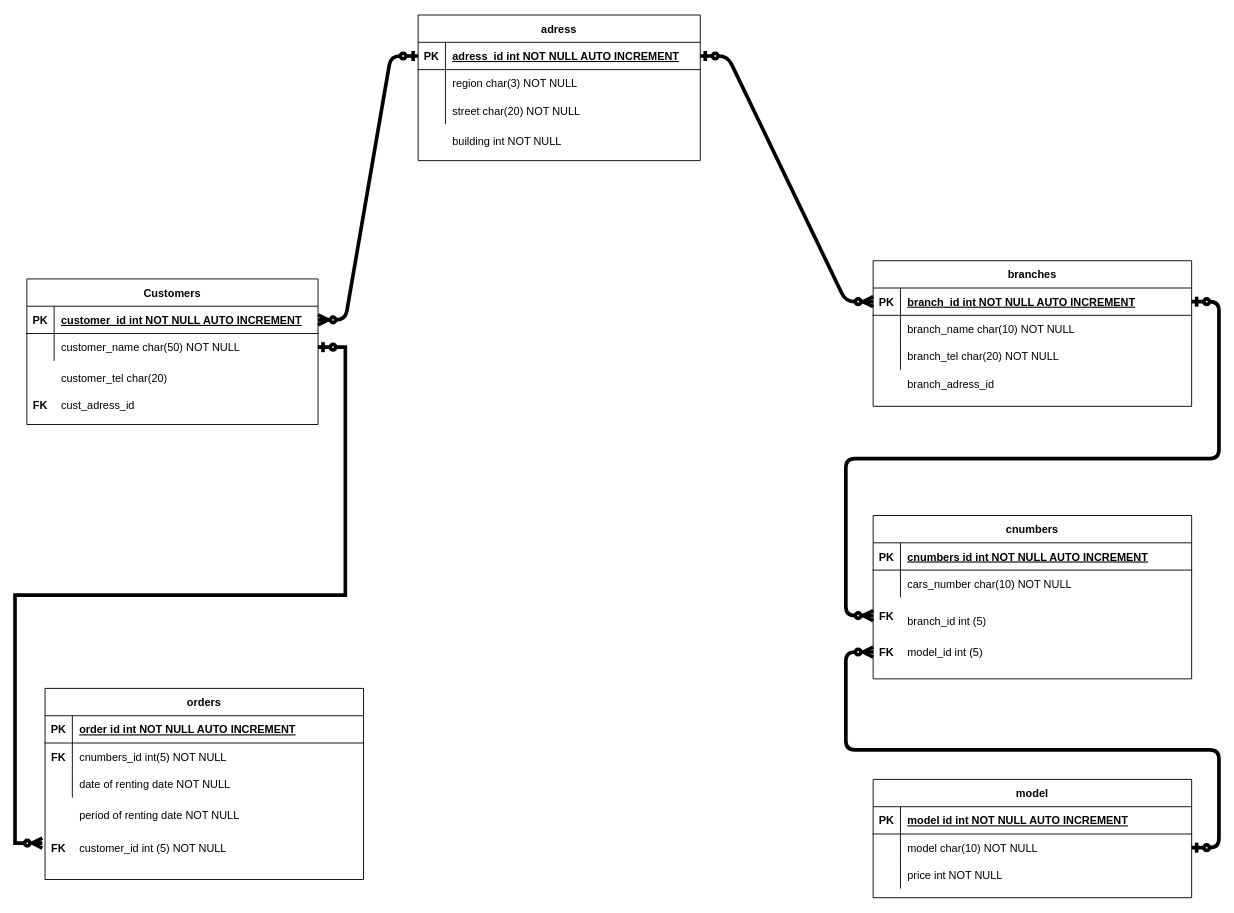
The draw.io diagram DB/proj.drawio in ho1331/python-education, before the edit. Source tidied: cells renumbered, new cells numbered last; positions are measured from the earlier drawing's top-left corner, leaving out a move shared by most shapes. Both pictures are drawn from the tidied source at 91%, with x=0, y=0 at pixel (26, 15).
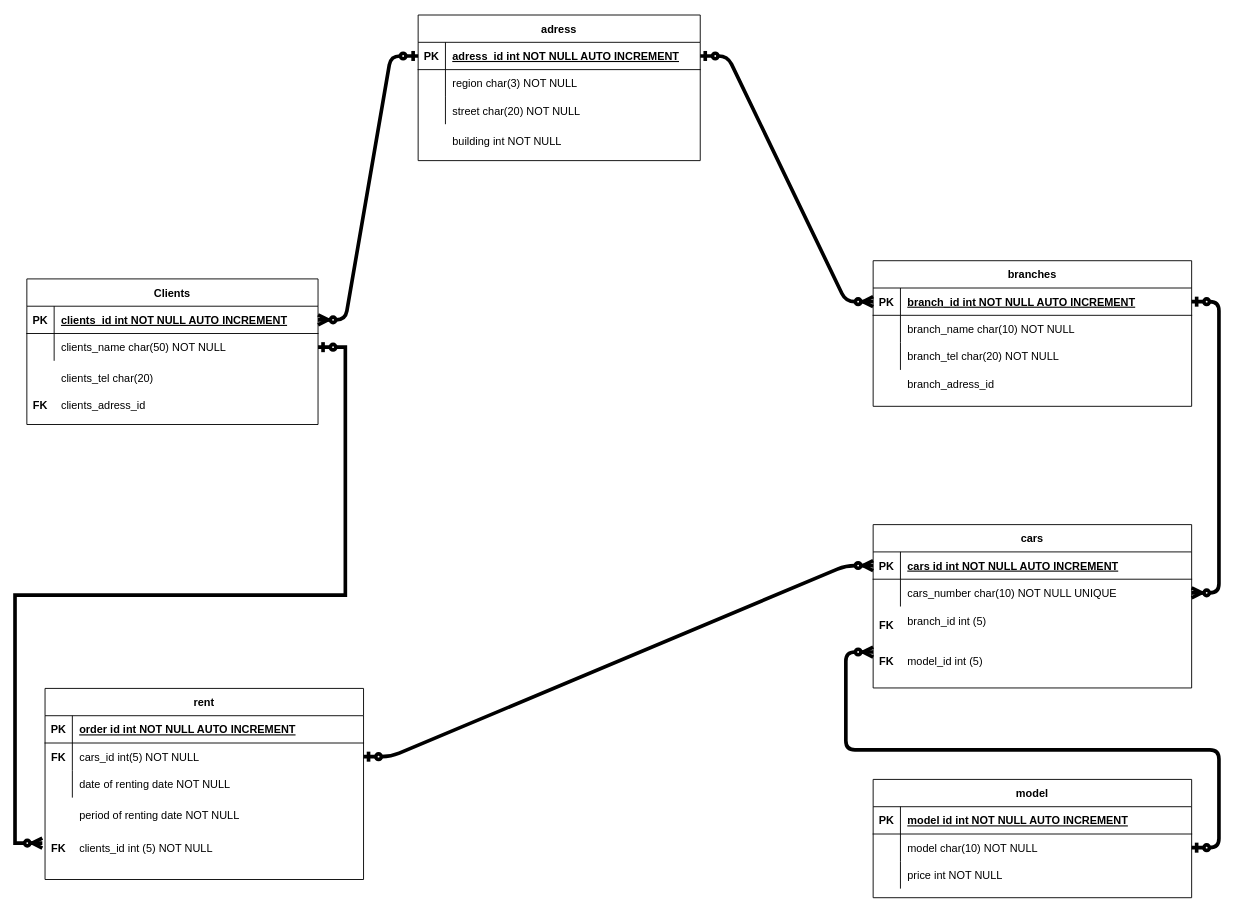
The same page after the edit.

Commit message:
Edited tables names, and relations

The change refers to these unchanged cells:
```xml
<mxCell id="3" style="shape=partialRectangle;fillColor=none;points=[[0,0.5],[1,0.5]];portConstraint=eastwest;top=0;left=0;right=0;bottom=1;" parent="2" vertex="1">
  <mxGeometry y="30" width="350" height="30" as="geometry" />
</mxCell>
<mxCell id="12" style="group;" parent="1" vertex="1">
  <mxGeometry y="290" width="320" height="160" as="geometry" />
</mxCell>
<mxCell id="14" style="shape=partialRectangle;fillColor=none;points=[[0,0.5],[1,0.5]];portConstraint=eastwest;top=0;left=0;right=0;bottom=1;" parent="13" vertex="1">
  <mxGeometry y="30" width="320" height="30" as="geometry" />
</mxCell>
<mxCell id="17" style="shape=partialRectangle;fillColor=none;points=[[0,0.5],[1,0.5]];portConstraint=eastwest;top=0;left=0;right=0;bottom=0;" parent="13" vertex="1">
  <mxGeometry y="60" width="320" height="30" as="geometry" />
</mxCell>
<mxCell id="20" style="shape=partialRectangle;fillColor=none;top=0;left=0;right=0;bottom=0;" parent="12" vertex="1">
  <mxGeometry y="90" width="320" height="36.9" as="geometry" />
</mxCell>
<mxCell id="23" style="shape=partialRectangle;fillColor=none;top=0;left=0;right=0;bottom=0;" parent="12" vertex="1">
  <mxGeometry y="120" width="320" height="36.9" as="geometry" />
</mxCell>
<mxCell id="52" style="group;" parent="51" vertex="1">
  <mxGeometry width="350" height="179.5" as="geometry" />
</mxCell>
<mxCell id="54" style="shape=partialRectangle;fillColor=none;points=[[0,0.5],[1,0.5]];portConstraint=eastwest;top=0;left=0;right=0;bottom=1;" parent="53" vertex="1">
  <mxGeometry y="30" width="350" height="30" as="geometry" />
</mxCell>
<mxCell id="57" style="shape=partialRectangle;fillColor=none;points=[[0,0.5],[1,0.5]];portConstraint=eastwest;top=0;left=0;right=0;bottom=0;" parent="53" vertex="1">
  <mxGeometry y="60" width="350" height="30" as="geometry" />
</mxCell>
<mxCell id="63" style="group;" parent="1" vertex="1">
  <mxGeometry x="20" y="740" width="350" height="210" as="geometry" />
</mxCell>
<mxCell id="68" style="shape=partialRectangle;fillColor=none;points=[[0,0.5],[1,0.5]];portConstraint=eastwest;top=0;left=0;right=0;bottom=0;" parent="64" vertex="1">
  <mxGeometry y="60" width="350" height="30" as="geometry" />
</mxCell>
```

What changed in the source:
```diff
@@
-    <mxCell id="13" value="Customers" style="shape=table;startSize=30;childLayout=tableLayout;rowLines=0;fontStyle=1;align=center;" parent="12" vertex="1">
+    <mxCell id="13" value="Clients" style="shape=table;startSize=30;childLayout=tableLayout;rowLines=0;fontStyle=1;align=center;" parent="12" vertex="1">
       <mxGeometry width="320" height="160" as="geometry" />
     </mxCell>
@@
-    <mxCell id="16" value="customer_id int NOT NULL AUTO INCREMENT" style="shape=partialRectangle;overflow=hidden;fillColor=none;top=0;left=0;bottom=0;right=0;align=left;spacingLeft=6;fontStyle=5;" parent="14" vertex="1">
+    <mxCell id="16" value="clients_id int NOT NULL AUTO INCREMENT" style="shape=partialRectangle;overflow=hidden;fillColor=none;top=0;left=0;bottom=0;right=0;align=left;spacingLeft=6;fontStyle=5;" parent="14" vertex="1">
       <mxGeometry x="30" width="290" height="30" as="geometry" />
     </mxCell>
@@
-    <mxCell id="19" value="customer_name char(50) NOT NULL" style="shape=partialRectangle;overflow=hidden;fillColor=none;top=0;left=0;bottom=0;right=0;align=left;spacingLeft=6;" parent="17" vertex="1">
+    <mxCell id="19" value="clients_name char(50) NOT NULL" style="shape=partialRectangle;overflow=hidden;fillColor=none;top=0;left=0;bottom=0;right=0;align=left;spacingLeft=6;" parent="17" vertex="1">
       <mxGeometry x="30" width="290" height="30" as="geometry" />
     </mxCell>
@@
-    <mxCell id="22" value="customer_tel char(20)" style="shape=partialRectangle;overflow=hidden;fillColor=none;top=0;left=0;bottom=0;right=0;align=left;spacingLeft=6;" parent="20" vertex="1">
+    <mxCell id="22" value="clients_tel char(20)" style="shape=partialRectangle;overflow=hidden;fillColor=none;top=0;left=0;bottom=0;right=0;align=left;spacingLeft=6;" parent="20" vertex="1">
       <mxGeometry x="30" width="290" height="36.9" as="geometry" />
     </mxCell>
@@
-    <mxCell id="25" value="cust_adress_id" style="shape=partialRectangle;overflow=hidden;fillColor=none;top=0;left=0;bottom=0;right=0;align=left;spacingLeft=6;" parent="23" vertex="1">
+    <mxCell id="25" value="clients_adress_id" style="shape=partialRectangle;overflow=hidden;fillColor=none;top=0;left=0;bottom=0;right=0;align=left;spacingLeft=6;" parent="23" vertex="1">
       <mxGeometry x="30" width="290" height="36.9" as="geometry" />
     </mxCell>
@@
     <mxCell id="50" style="group;" parent="1" vertex="1">
-      <mxGeometry x="930" y="550" width="350" height="290" as="geometry" />
+      <mxGeometry x="930" y="560" width="350" height="290" as="geometry" />
     </mxCell>
@@
-    <mxCell id="53" value="cnumbers" style="shape=table;startSize=30;childLayout=tableLayout;rowLines=0;fontStyle=1;align=center;" parent="52" vertex="1">
+    <mxCell id="53" value="cars" style="shape=table;startSize=30;childLayout=tableLayout;rowLines=0;fontStyle=1;align=center;" parent="52" vertex="1">
       <mxGeometry width="350" height="179.5" as="geometry" />
     </mxCell>
@@
-    <mxCell id="56" value="cnumbers id int NOT NULL AUTO INCREMENT" style="shape=partialRectangle;overflow=hidden;fillColor=none;top=0;left=0;bottom=0;right=0;align=left;spacingLeft=6;fontStyle=5;" parent="54" vertex="1">
+    <mxCell id="56" value="cars id int NOT NULL AUTO INCREMENT" style="shape=partialRectangle;overflow=hidden;fillColor=none;top=0;left=0;bottom=0;right=0;align=left;spacingLeft=6;fontStyle=5;" parent="54" vertex="1">
       <mxGeometry x="30" width="320" height="30" as="geometry" />
     </mxCell>
@@
-    <mxCell id="59" value="cars_number char(10) NOT NULL" style="shape=partialRectangle;overflow=hidden;fillColor=none;top=0;left=0;bottom=0;right=0;align=left;spacingLeft=6;" parent="57" vertex="1">
+    <mxCell id="59" value="cars_number char(10) NOT NULL UNIQUE" style="shape=partialRectangle;overflow=hidden;fillColor=none;top=0;left=0;bottom=0;right=0;align=left;spacingLeft=6;" parent="57" vertex="1">
       <mxGeometry x="30" width="320" height="30" as="geometry" />
     </mxCell>
@@
-    <mxCell id="64" value="orders" style="shape=table;startSize=30;childLayout=tableLayout;rowLines=0;fontStyle=1;align=center;" parent="63" vertex="1">
+    <mxCell id="64" value="rent" style="shape=table;startSize=30;childLayout=tableLayout;rowLines=0;fontStyle=1;align=center;" parent="63" vertex="1">
       <mxGeometry width="350" height="210" as="geometry" />
     </mxCell>
@@
-    <mxCell id="70" value="cnumbers_id int(5) NOT NULL " style="shape=partialRectangle;overflow=hidden;fillColor=none;top=0;left=0;bottom=0;right=0;align=left;spacingLeft=6;" parent="68" vertex="1">
+    <mxCell id="70" value="cars_id int(5) NOT NULL " style="shape=partialRectangle;overflow=hidden;fillColor=none;top=0;left=0;bottom=0;right=0;align=left;spacingLeft=6;" parent="68" vertex="1">
       <mxGeometry x="30" width="320" height="30" as="geometry" />
     </mxCell>
@@
-    <mxCell id="75" value="customer_id int (5) NOT NULL" style="shape=partialRectangle;overflow=hidden;fillColor=none;top=0;left=0;bottom=0;right=0;align=left;spacingLeft=6;fontStyle=0;" parent="63" vertex="1">
+    <mxCell id="75" value="clients_id int (5) NOT NULL" style="shape=partialRectangle;overflow=hidden;fillColor=none;top=0;left=0;bottom=0;right=0;align=left;spacingLeft=6;fontStyle=0;" parent="63" vertex="1">
       <mxGeometry x="30" y="157.1" width="320" height="37.1" as="geometry" />
     </mxCell>
@@
-    <mxCell id="79" style="edgeStyle=entityRelationEdgeStyle;fontSize=12;html=1;endArrow=ERzeroToMany;startArrow=ERzeroToOne;strokeWidth=4;exitX=1;exitY=0.5;exitDx=0;exitDy=0;" parent="1" edge="1" source="3">
-      <mxGeometry relative="1" as="geometry">
-        <mxPoint x="930" y="660" as="targetPoint" />
-      </mxGeometry>
+    <mxCell id="79" style="edgeStyle=entityRelationEdgeStyle;fontSize=12;html=1;endArrow=ERzeroToMany;startArrow=ERzeroToOne;strokeWidth=4;exitX=1;exitY=0.5;exitDx=0;exitDy=0;entryX=1;entryY=0.5;entryDx=0;entryDy=0;" parent="1" edge="1" source="3" target="57">
+      <mxGeometry relative="1" as="geometry" />
     </mxCell>
@@
+    <mxCell id="87" style="edgeStyle=entityRelationEdgeStyle;fontSize=12;html=1;endArrow=ERzeroToMany;startArrow=ERzeroToOne;exitX=1;exitY=0.5;exitDx=0;exitDy=0;entryX=0;entryY=0.5;entryDx=0;entryDy=0;strokeWidth=4;" parent="1" edge="1" source="68" target="54">
+      <mxGeometry relative="1" as="geometry" />
+    </mxCell>
```
